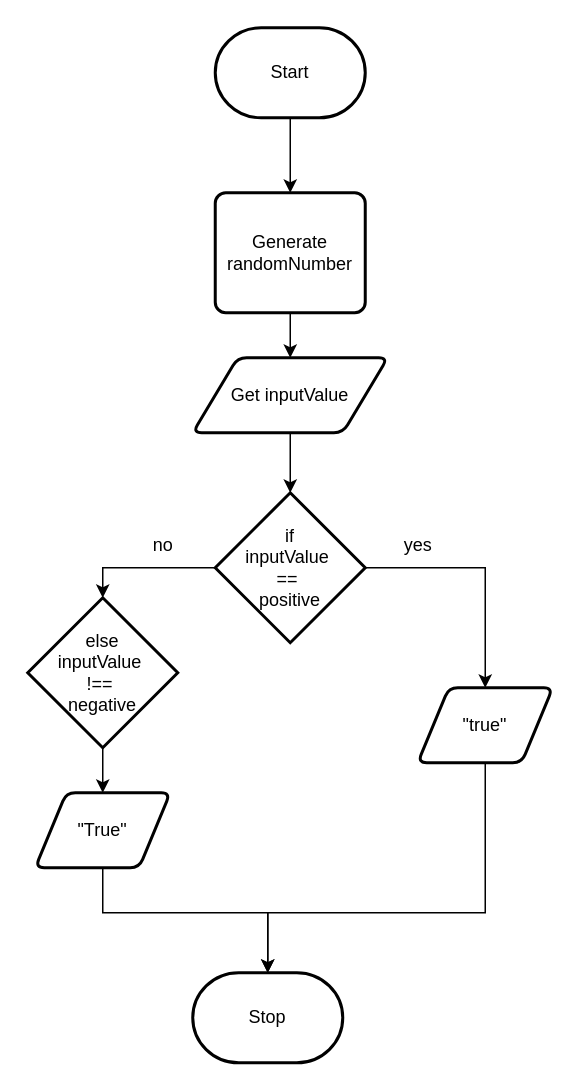
The draw.io diagram design/flowchart.drawio in MTHS-ICD2O-1-2024/ICD2O-Unit-5-02-Domenic-dangelo, before the edit. Source tidied: cells renumbered, new cells numbered last; positions are measured from the earlier drawing's top-left corner, leaving out a move shared by most shapes. Both pictures are drawn from the tidied source at 150%, with x=0, y=0 at pixel (27, 27).
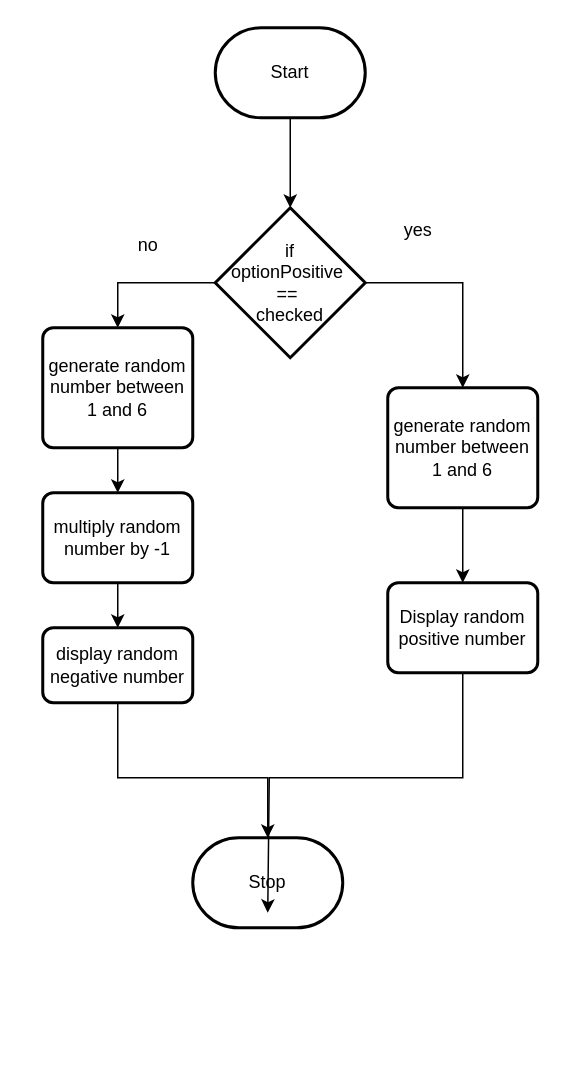
The same page after the edit.

Unchanged cells that the change refers to:
```xml
<mxCell id="3" value="Start" style="strokeWidth=2;html=1;shape=mxgraph.flowchart.terminator;whiteSpace=wrap;" parent="1" vertex="1">
  <mxGeometry x="125" width="100" height="60" as="geometry" />
</mxCell>
```

Diff of the diagram source:
```diff
@@
-    <mxCell id="2" style="edgeStyle=none;html=1;entryX=0.5;entryY=0;entryDx=0;entryDy=0;" parent="1" edge="1" source="3" target="8">
+    <mxCell id="2" style="edgeStyle=none;html=1;entryX=0.5;entryY=0;entryDx=0;entryDy=0;entryPerimeter=0;" parent="1" edge="1" source="3" target="10">
       <mxGeometry relative="1" as="geometry" />
     </mxCell>
@@
     <mxCell id="4" value="Stop" style="strokeWidth=2;html=1;shape=mxgraph.flowchart.terminator;whiteSpace=wrap;" parent="1" vertex="1">
-      <mxGeometry x="110" y="630" width="100" height="60" as="geometry" />
+      <mxGeometry x="110" y="540" width="100" height="60" as="geometry" />
     </mxCell>
-    <mxCell id="5" style="edgeStyle=elbowEdgeStyle;shape=connector;rounded=0;elbow=vertical;html=1;exitX=0.5;exitY=1;exitDx=0;exitDy=0;entryX=0.5;entryY=0;entryDx=0;entryDy=0;strokeColor=default;align=center;verticalAlign=middle;fontFamily=Helvetica;fontSize=11;fontColor=default;labelBackgroundColor=default;endArrow=classic;entryPerimeter=0;" parent="1" edge="1" source="6" target="10">
-      <mxGeometry relative="1" as="geometry" />
-    </mxCell>
-    <mxCell id="6" value="Get inputValue" style="shape=parallelogram;html=1;strokeWidth=2;perimeter=parallelogramPerimeter;whiteSpace=wrap;rounded=1;arcSize=12;size=0.23;" parent="1" vertex="1">
-      <mxGeometry x="110" y="220" width="130" height="50" as="geometry" />
-    </mxCell>
-    <mxCell id="7" style="edgeStyle=none;html=1;" parent="1" edge="1" source="8" target="6">
-      <mxGeometry relative="1" as="geometry" />
-    </mxCell>
-    <mxCell id="8" value="Generate&lt;div&gt;randomNumber&lt;/div&gt;" style="rounded=1;whiteSpace=wrap;html=1;absoluteArcSize=1;arcSize=14;strokeWidth=2;" parent="1" vertex="1">
-      <mxGeometry x="125" y="110" width="100" height="80" as="geometry" />
-    </mxCell>
-    <mxCell id="9" style="edgeStyle=orthogonalEdgeStyle;html=1;exitX=1;exitY=0.5;exitDx=0;exitDy=0;exitPerimeter=0;entryX=0.5;entryY=0;entryDx=0;entryDy=0;rounded=0;" parent="1" edge="1" source="10" target="11">
+    <mxCell id="9" style="edgeStyle=orthogonalEdgeStyle;html=1;exitX=1;exitY=0.5;exitDx=0;exitDy=0;exitPerimeter=0;rounded=0;entryX=0.5;entryY=0;entryDx=0;entryDy=0;" parent="1" edge="1" source="10" target="19">
       <mxGeometry relative="1" as="geometry" />
     </mxCell>
+    <mxCell id="20" style="edgeStyle=orthogonalEdgeStyle;html=1;exitX=0;exitY=0.5;exitDx=0;exitDy=0;exitPerimeter=0;entryX=0.5;entryY=0;entryDx=0;entryDy=0;rounded=0;curved=0;" parent="1" edge="1" source="10" target="25">
+      <mxGeometry relative="1" as="geometry" />
+    </mxCell>
-    <mxCell id="10" value="if&lt;div&gt;inputValue&amp;nbsp;&lt;/div&gt;&lt;div&gt;==&amp;nbsp;&lt;/div&gt;&lt;div&gt;positive&lt;/div&gt;" style="strokeWidth=2;html=1;shape=mxgraph.flowchart.decision;whiteSpace=wrap;" parent="1" vertex="1">
-      <mxGeometry x="125" y="310" width="100" height="100" as="geometry" />
+    <mxCell id="10" value="if&lt;div&gt;optionPositive&amp;nbsp;&lt;/div&gt;&lt;div&gt;==&amp;nbsp;&lt;/div&gt;&lt;div&gt;checked&lt;/div&gt;" style="strokeWidth=2;html=1;shape=mxgraph.flowchart.decision;whiteSpace=wrap;" parent="1" vertex="1">
+      <mxGeometry x="125" y="120" width="100" height="100" as="geometry" />
     </mxCell>
-    <mxCell id="11" value="&quot;true&quot;" style="shape=parallelogram;html=1;strokeWidth=2;perimeter=parallelogramPerimeter;whiteSpace=wrap;rounded=1;arcSize=12;size=0.23;" parent="1" vertex="1">
-      <mxGeometry x="260" y="440" width="90" height="50" as="geometry" />
-    </mxCell>
-    <mxCell id="12" style="edgeStyle=none;html=1;exitX=0.5;exitY=1;exitDx=0;exitDy=0;exitPerimeter=0;entryX=0.5;entryY=0;entryDx=0;entryDy=0;" parent="1" edge="1" source="13" target="15">
-      <mxGeometry relative="1" as="geometry" />
-    </mxCell>
-    <mxCell id="13" value="else&lt;div&gt;inputValue&amp;nbsp;&lt;/div&gt;&lt;div&gt;!==&amp;nbsp;&lt;/div&gt;&lt;div&gt;negative&lt;/div&gt;" style="strokeWidth=2;html=1;shape=mxgraph.flowchart.decision;whiteSpace=wrap;" parent="1" vertex="1">
-      <mxGeometry y="380" width="100" height="100" as="geometry" />
-    </mxCell>
-    <mxCell id="14" style="edgeStyle=orthogonalEdgeStyle;html=1;exitX=0.5;exitY=1;exitDx=0;exitDy=0;entryX=0.5;entryY=0;entryDx=0;entryDy=0;entryPerimeter=0;rounded=0;" parent="1" edge="1" source="15" target="4">
-      <mxGeometry relative="1" as="geometry">
-        <Array as="points">
-          <mxPoint x="50" y="590" />
-          <mxPoint x="160" y="590" />
-        </Array>
-      </mxGeometry>
-    </mxCell>
-    <mxCell id="15" value="&quot;True&quot;" style="shape=parallelogram;html=1;strokeWidth=2;perimeter=parallelogramPerimeter;whiteSpace=wrap;rounded=1;arcSize=12;size=0.23;" parent="1" vertex="1">
-      <mxGeometry x="5" y="510" width="90" height="50" as="geometry" />
-    </mxCell>
-    <mxCell id="16" style="edgeStyle=orthogonalEdgeStyle;html=1;rounded=0;exitX=0;exitY=0.5;exitDx=0;exitDy=0;exitPerimeter=0;entryX=0.5;entryY=0;entryDx=0;entryDy=0;entryPerimeter=0;" parent="1" edge="1" source="10" target="13">
-      <mxGeometry relative="1" as="geometry" />
-    </mxCell>
     <mxCell id="17" value="yes" style="text;html=1;align=center;verticalAlign=middle;strokeColor=none;fillColor=none;" parent="1" vertex="1">
-      <mxGeometry x="240" y="330" width="40" height="30" as="geometry" />
+      <mxGeometry x="240" y="120" width="40" height="30" as="geometry" />
     </mxCell>
     <mxCell id="18" value="no" style="text;html=1;align=center;verticalAlign=middle;strokeColor=none;fillColor=none;" parent="1" vertex="1">
-      <mxGeometry x="70" y="330" width="40" height="30" as="geometry" />
+      <mxGeometry x="60" y="130" width="40" height="30" as="geometry" />
     </mxCell>
+    <mxCell id="21" style="edgeStyle=none;html=1;exitX=0.5;exitY=1;exitDx=0;exitDy=0;entryX=0.5;entryY=0;entryDx=0;entryDy=0;" parent="1" edge="1" source="19" target="23">
+      <mxGeometry relative="1" as="geometry" />
+    </mxCell>
-    <mxCell id="19" style="edgeStyle=orthogonalEdgeStyle;html=1;exitX=0.5;exitY=1;exitDx=0;exitDy=0;entryX=0.5;entryY=0;entryDx=0;entryDy=0;entryPerimeter=0;rounded=0;curved=0;" parent="1" edge="1" source="11" target="4">
-      <mxGeometry relative="1" as="geometry">
-        <Array as="points">
-          <mxPoint x="305" y="590" />
-          <mxPoint x="160" y="590" />
-        </Array>
-      </mxGeometry>
+    <mxCell id="19" value="generate random number between 1 and 6" style="rounded=1;whiteSpace=wrap;html=1;absoluteArcSize=1;arcSize=14;strokeWidth=2;" parent="1" vertex="1">
+      <mxGeometry x="240" y="240" width="100" height="80" as="geometry" />
     </mxCell>
+    <mxCell id="22" style="edgeStyle=orthogonalEdgeStyle;shape=connector;curved=0;rounded=0;html=1;exitX=0.5;exitY=1;exitDx=0;exitDy=0;strokeColor=default;align=center;verticalAlign=middle;fontFamily=Helvetica;fontSize=11;fontColor=default;labelBackgroundColor=default;endArrow=classic;" parent="1" edge="1" source="23">
+      <mxGeometry relative="1" as="geometry">
+        <mxPoint x="160" y="590" as="targetPoint" />
+        <Array as="points">
+          <mxPoint x="290" y="500" />
+          <mxPoint x="161" y="500" />
+        </Array>
+      </mxGeometry>
+    </mxCell>
+    <mxCell id="23" value="Display random positive number" style="rounded=1;whiteSpace=wrap;html=1;absoluteArcSize=1;arcSize=14;strokeWidth=2;" parent="1" vertex="1">
+      <mxGeometry x="240" y="370" width="100" height="60" as="geometry" />
+    </mxCell>
+    <mxCell id="24" style="edgeStyle=orthogonalEdgeStyle;shape=connector;curved=0;rounded=0;html=1;exitX=0.5;exitY=1;exitDx=0;exitDy=0;entryX=0.5;entryY=0;entryDx=0;entryDy=0;strokeColor=default;align=center;verticalAlign=middle;fontFamily=Helvetica;fontSize=11;fontColor=default;labelBackgroundColor=default;endArrow=classic;" parent="1" edge="1" source="25" target="28">
+      <mxGeometry relative="1" as="geometry" />
+    </mxCell>
+    <mxCell id="25" value="generate random number between 1 and 6" style="rounded=1;whiteSpace=wrap;html=1;absoluteArcSize=1;arcSize=14;strokeWidth=2;" parent="1" vertex="1">
+      <mxGeometry x="10" y="200" width="100" height="80" as="geometry" />
+    </mxCell>
+    <mxCell id="26" value="display random negative number" style="rounded=1;whiteSpace=wrap;html=1;absoluteArcSize=1;arcSize=14;strokeWidth=2;" parent="1" vertex="1">
+      <mxGeometry x="10" y="400" width="100" height="50" as="geometry" />
+    </mxCell>
+    <mxCell id="27" style="edgeStyle=orthogonalEdgeStyle;shape=connector;curved=0;rounded=0;html=1;exitX=0.5;exitY=1;exitDx=0;exitDy=0;entryX=0.5;entryY=0;entryDx=0;entryDy=0;strokeColor=default;align=center;verticalAlign=middle;fontFamily=Helvetica;fontSize=11;fontColor=default;labelBackgroundColor=default;endArrow=classic;" parent="1" edge="1" source="28" target="26">
+      <mxGeometry relative="1" as="geometry" />
+    </mxCell>
+    <mxCell id="28" value="multiply random number by -1" style="rounded=1;whiteSpace=wrap;html=1;absoluteArcSize=1;arcSize=14;strokeWidth=2;" parent="1" vertex="1">
+      <mxGeometry x="10" y="310" width="100" height="60" as="geometry" />
+    </mxCell>
+    <mxCell id="29" style="edgeStyle=orthogonalEdgeStyle;shape=connector;curved=0;rounded=0;html=1;exitX=0.5;exitY=1;exitDx=0;exitDy=0;entryX=0.5;entryY=0;entryDx=0;entryDy=0;entryPerimeter=0;strokeColor=default;align=center;verticalAlign=middle;fontFamily=Helvetica;fontSize=11;fontColor=default;labelBackgroundColor=default;endArrow=classic;" parent="1" edge="1" source="26" target="4">
+      <mxGeometry relative="1" as="geometry">
+        <Array as="points">
+          <mxPoint x="60" y="500" />
+          <mxPoint x="160" y="500" />
+        </Array>
+      </mxGeometry>
+    </mxCell>
```
